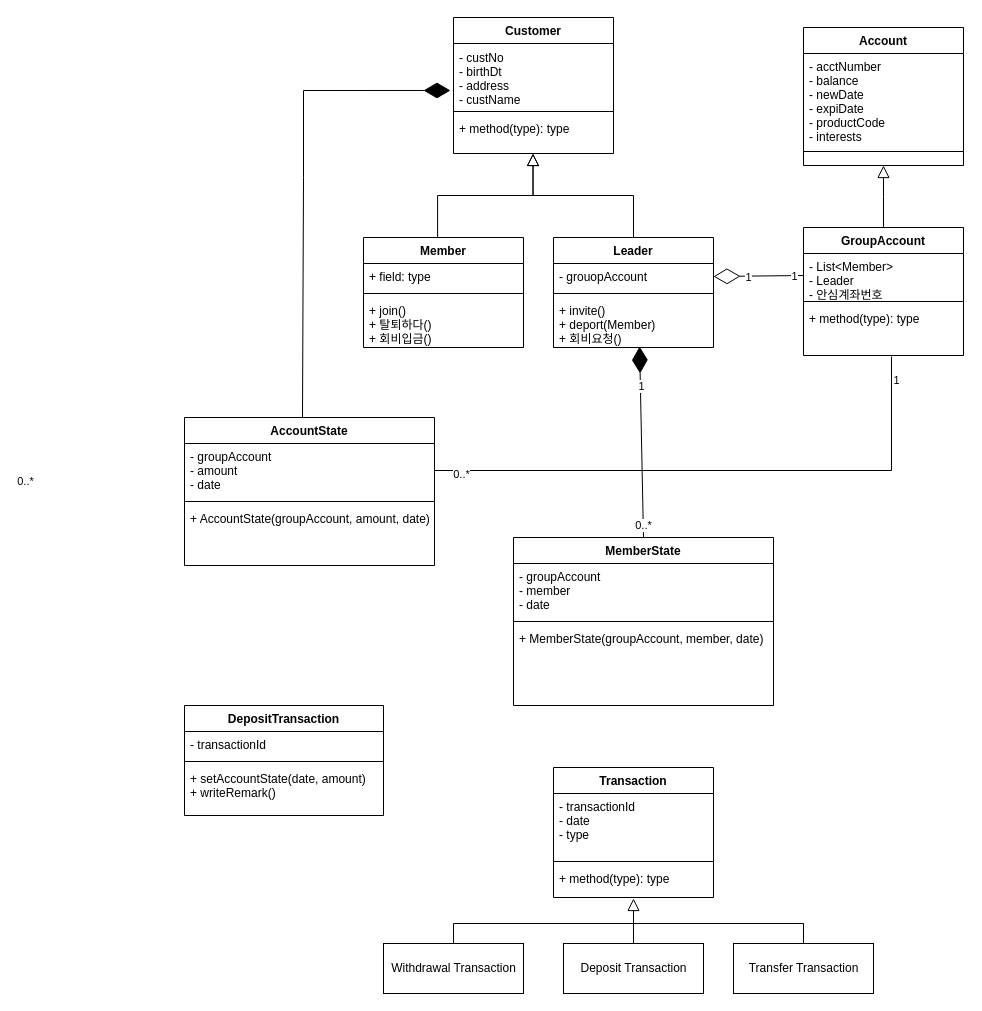
Above: Class Diagram.drawio in h22j2n/BeakJoon (draw.io), before the change. Source tidied: cells renumbered, new cells numbered last; positions are measured from the earlier drawing's top-left corner, leaving out a move shared by most shapes. Both pictures are drawn from the tidied source at 100%, with x=0, y=0 at pixel (184, 17).
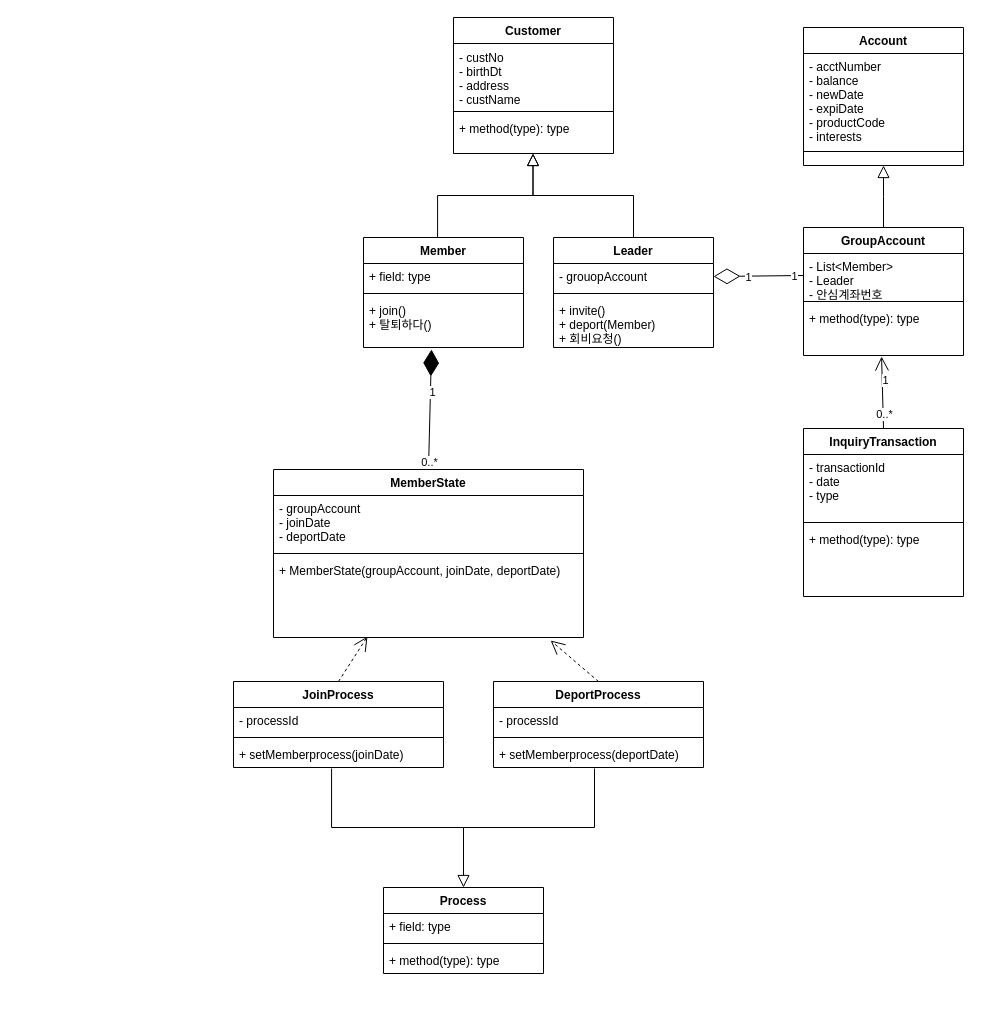
The same page after the edit.

Unchanged cells that the change refers to:
```xml
<mxCell id="9" value="+ method(type): type" style="text;strokeColor=none;fillColor=none;align=left;verticalAlign=top;spacingLeft=4;spacingRight=4;overflow=hidden;points=[[0,0.5],[1,0.5]];portConstraint=eastwest;" parent="6" vertex="1">
  <mxGeometry y="78" width="160" height="50" as="geometry" />
</mxCell>
<mxCell id="11" value="- custNo&#10;- birthDt&#10;- address&#10;- custName" style="text;strokeColor=none;fillColor=none;align=left;verticalAlign=top;spacingLeft=4;spacingRight=4;overflow=hidden;points=[[0,0.5],[1,0.5]];portConstraint=eastwest;spacingTop=1;spacingBottom=1;" parent="10" vertex="1">
  <mxGeometry y="26" width="160" height="64" as="geometry" />
</mxCell>
<mxCell id="14" value="Member" style="swimlane;fontStyle=1;align=center;verticalAlign=top;horizontal=1;startSize=26;" parent="1" vertex="1">
  <mxGeometry x="179" y="220" width="160" height="110" as="geometry" />
</mxCell>
<mxCell id="21" value="+ invite()&#10;+ deport(Member)&#10;+ 회비요청()&#10;" style="text;strokeColor=none;fillColor=none;align=left;verticalAlign=top;spacingLeft=4;spacingRight=4;overflow=hidden;points=[[0,0.5],[1,0.5]];portConstraint=eastwest;" parent="18" vertex="1">
  <mxGeometry y="60" width="160" height="50" as="geometry" />
</mxCell>
```

The edit, as a diff of the source:
```diff
@@
-    <mxCell id="17" value="+ join()&#10;+ 탈퇴하다()&#10;+ 회비입금()" style="text;strokeColor=none;fillColor=none;align=left;verticalAlign=top;spacingLeft=4;spacingRight=4;overflow=hidden;points=[[0,0.5],[1,0.5]];portConstraint=eastwest;" parent="14" vertex="1">
+    <mxCell id="17" value="+ join()&#10;+ 탈퇴하다()" style="text;strokeColor=none;fillColor=none;align=left;verticalAlign=top;spacingLeft=4;spacingRight=4;overflow=hidden;points=[[0,0.5],[1,0.5]];portConstraint=eastwest;" parent="14" vertex="1">
       <mxGeometry y="60" width="160" height="50" as="geometry" />
     </mxCell>
@@
-    <mxCell id="24" value="Transaction" style="swimlane;fontStyle=1;align=center;verticalAlign=top;horizontal=1;startSize=26;" parent="1" vertex="1">
-      <mxGeometry x="369" y="750" width="160" height="130" as="geometry" />
-    </mxCell>
-    <mxCell id="25" value="- transactionId&#10;- date&#10;- type" style="text;strokeColor=none;fillColor=none;align=left;verticalAlign=top;spacingLeft=4;spacingRight=4;overflow=hidden;" parent="24" vertex="1">
-      <mxGeometry y="26" width="160" height="64" as="geometry" />
-    </mxCell>
-    <mxCell id="26" style="line;strokeWidth=1;fillColor=none;align=left;verticalAlign=middle;spacingTop=-1;spacingLeft=3;spacingRight=3;labelPosition=right;" parent="24" vertex="1">
-      <mxGeometry y="90" width="160" height="8" as="geometry" />
-    </mxCell>
-    <mxCell id="27" value="+ method(type): type" style="text;strokeColor=none;fillColor=none;align=left;verticalAlign=top;spacingLeft=4;spacingRight=4;overflow=hidden;points=[[0,0.5],[1,0.5]];portConstraint=eastwest;" parent="24" vertex="1">
-      <mxGeometry y="98" width="160" height="32" as="geometry" />
-    </mxCell>
-    <mxCell id="28" value="Withdrawal Transaction" style="html=1;" parent="1" vertex="1">
-      <mxGeometry x="199" y="926" width="140" height="50" as="geometry" />
-    </mxCell>
-    <mxCell id="29" value="Deposit Transaction" style="html=1;" parent="1" vertex="1">
-      <mxGeometry x="379" y="926" width="140" height="50" as="geometry" />
-    </mxCell>
-    <mxCell id="30" value="Transfer Transaction" style="html=1;" parent="1" vertex="1">
-      <mxGeometry x="549" y="926" width="140" height="50" as="geometry" />
-    </mxCell>
-    <mxCell id="31" style="endArrow=block;endSize=10;endFill=0;shadow=0;strokeWidth=1;rounded=0;edgeStyle=elbowEdgeStyle;elbow=vertical;exitX=0.5;exitY=0;exitDx=0;exitDy=0;entryX=0.5;entryY=1.031;entryDx=0;entryDy=0;entryPerimeter=0;" parent="1" edge="1" source="28" target="27">
-      <mxGeometry relative="1" as="geometry">
-        <Array as="points">
-          <mxPoint x="359" y="906" />
-        </Array>
-      </mxGeometry>
-    </mxCell>
-    <mxCell id="32" style="endArrow=none;html=1;exitX=0.5;exitY=0;exitDx=0;exitDy=0;" parent="1" edge="1" source="29">
-      <mxGeometry relative="1" as="geometry">
-        <mxPoint x="449" y="896" as="targetPoint" />
-      </mxGeometry>
-    </mxCell>
-    <mxCell id="33" style="endArrow=none;html=1;exitX=0.5;exitY=0;exitDx=0;exitDy=0;rounded=0;" parent="1" edge="1" source="30">
-      <mxGeometry relative="1" as="geometry">
-        <mxPoint x="449" y="906" as="targetPoint" />
-        <Array as="points">
-          <mxPoint x="619" y="906" />
-        </Array>
-      </mxGeometry>
-    </mxCell>
-    <mxCell id="34" value="AccountState" style="swimlane;fontStyle=1;align=center;verticalAlign=top;horizontal=1;startSize=26;" parent="1" vertex="1">
-      <mxGeometry y="400" width="250" height="148" as="geometry" />
-    </mxCell>
-    <mxCell id="35" value="- groupAccount&#10;- amount&#10;- date" style="text;strokeColor=none;fillColor=none;align=left;verticalAlign=top;spacingLeft=4;spacingRight=4;overflow=hidden;points=[[0,0.5],[1,0.5]];portConstraint=eastwest;" parent="34" vertex="1">
-      <mxGeometry y="26" width="250" height="54" as="geometry" />
-    </mxCell>
-    <mxCell id="36" style="line;strokeWidth=1;fillColor=none;align=left;verticalAlign=middle;spacingTop=-1;spacingLeft=3;spacingRight=3;labelPosition=right;" parent="34" vertex="1">
-      <mxGeometry y="80" width="250" height="8" as="geometry" />
-    </mxCell>
-    <mxCell id="37" value="+ AccountState(groupAccount, amount, date)" style="text;strokeColor=none;fillColor=none;align=left;verticalAlign=top;spacingLeft=4;spacingRight=4;overflow=hidden;" parent="34" vertex="1">
-      <mxGeometry y="88" width="250" height="60" as="geometry" />
-    </mxCell>
-    <mxCell id="38" style="endArrow=diamondThin;endFill=1;endSize=24;html=1;entryX=-0.019;entryY=0.734;entryDx=0;entryDy=0;entryPerimeter=0;rounded=0;exitX=0.472;exitY=0;exitDx=0;exitDy=0;exitPerimeter=0;" parent="1" edge="1" source="34" target="11">
-      <mxGeometry relative="1" as="geometry">
-        <Array as="points">
-          <mxPoint x="119" y="160" />
-          <mxPoint x="119" y="73" />
-        </Array>
-      </mxGeometry>
-    </mxCell>
-    <mxCell id="39" value="0..*" style="edgeLabel;html=1;align=center;verticalAlign=middle;" parent="38" vertex="1">
-      <mxGeometry x="-0.97" y="-1" relative="1" as="geometry">
-        <mxPoint x="-279" y="70" as="offset" />
-      </mxGeometry>
-    </mxCell>
@@
-    <mxCell id="43" style="endArrow=none;html=1;entryX=0.55;entryY=1.02;entryDx=0;entryDy=0;entryPerimeter=0;exitX=1;exitY=0.5;exitDx=0;exitDy=0;rounded=0;" parent="1" edge="1" source="35" target="9">
-      <mxGeometry relative="1" as="geometry">
-        <Array as="points">
-          <mxPoint x="707" y="453" />
-        </Array>
-      </mxGeometry>
-    </mxCell>
-    <mxCell id="44" value="0..*" style="edgeLabel;html=1;align=center;verticalAlign=middle;" parent="43" vertex="1">
-      <mxGeometry x="-0.91" y="-3" relative="1" as="geometry" />
-    </mxCell>
-    <mxCell id="45" value="1" style="edgeLabel;html=1;align=center;verticalAlign=middle;" parent="43" vertex="1">
-      <mxGeometry x="0.92" y="-4" relative="1" as="geometry" />
-    </mxCell>
     <mxCell id="46" value="MemberState" style="swimlane;fontStyle=1;align=center;verticalAlign=top;horizontal=1;startSize=26;" parent="1" vertex="1">
-      <mxGeometry x="329" y="520" width="260" height="168" as="geometry" />
+      <mxGeometry x="89" y="452" width="310" height="168" as="geometry" />
     </mxCell>
-    <mxCell id="47" value="- groupAccount&#10;- member&#10;- date" style="text;strokeColor=none;fillColor=none;align=left;verticalAlign=top;spacingLeft=4;spacingRight=4;overflow=hidden;" parent="46" vertex="1">
-      <mxGeometry y="26" width="260" height="54" as="geometry" />
+    <mxCell id="47" value="- groupAccount&#10;- joinDate&#10;- deportDate" style="text;strokeColor=none;fillColor=none;align=left;verticalAlign=top;spacingLeft=4;spacingRight=4;overflow=hidden;" parent="46" vertex="1">
+      <mxGeometry y="26" width="310" height="54" as="geometry" />
     </mxCell>
     <mxCell id="48" style="line;strokeWidth=1;fillColor=none;align=left;verticalAlign=middle;spacingTop=-1;spacingLeft=3;spacingRight=3;labelPosition=right;" parent="46" vertex="1">
-      <mxGeometry y="80" width="260" height="8" as="geometry" />
+      <mxGeometry y="80" width="310" height="8" as="geometry" />
     </mxCell>
-    <mxCell id="49" value="+ MemberState(groupAccount, member, date)" style="text;strokeColor=none;fillColor=none;align=left;verticalAlign=top;spacingLeft=4;spacingRight=4;overflow=hidden;points=[[0,0.5],[1,0.5]];portConstraint=eastwest;" parent="46" vertex="1">
-      <mxGeometry y="88" width="260" height="80" as="geometry" />
+    <mxCell id="49" value="+ MemberState(groupAccount, joinDate, deportDate)" style="text;strokeColor=none;fillColor=none;align=left;verticalAlign=top;spacingLeft=4;spacingRight=4;overflow=hidden;points=[[0,0.5],[1,0.5]];portConstraint=eastwest;" parent="46" vertex="1">
+      <mxGeometry y="88" width="310" height="80" as="geometry" />
     </mxCell>
-    <mxCell id="50" style="endArrow=diamondThin;endFill=1;endSize=24;html=1;exitX=0.5;exitY=0;exitDx=0;exitDy=0;entryX=0.538;entryY=0.98;entryDx=0;entryDy=0;entryPerimeter=0;" parent="1" edge="1" source="46" target="21">
+    <mxCell id="50" style="endArrow=diamondThin;endFill=1;endSize=24;html=1;exitX=0.5;exitY=0;exitDx=0;exitDy=0;entryX=0.425;entryY=1.04;entryDx=0;entryDy=0;entryPerimeter=0;" parent="1" edge="1" source="46" target="17">
       <mxGeometry relative="1" as="geometry" />
     </mxCell>
-    <mxCell id="51" value="1" style="edgeLabel;html=1;align=center;verticalAlign=middle;" parent="50" vertex="1">
-      <mxGeometry x="0.59" y="-1" relative="1" as="geometry" />
-    </mxCell>
@@
-    <mxCell id="53" value="DepositTransaction" style="swimlane;fontStyle=1;align=center;verticalAlign=top;horizontal=1;startSize=26;" parent="1" vertex="1">
-      <mxGeometry y="688" width="199" height="110" as="geometry" />
-    </mxCell>
-    <mxCell id="54" value="- transactionId" style="text;strokeColor=none;fillColor=none;align=left;verticalAlign=top;spacingLeft=4;spacingRight=4;overflow=hidden;" parent="53" vertex="1">
-      <mxGeometry y="26" width="199" height="26" as="geometry" />
-    </mxCell>
-    <mxCell id="55" style="line;strokeWidth=1;fillColor=none;align=left;verticalAlign=middle;spacingTop=-1;spacingLeft=3;spacingRight=3;labelPosition=right;" parent="53" vertex="1">
-      <mxGeometry y="52" width="199" height="8" as="geometry" />
-    </mxCell>
-    <mxCell id="56" value="+ setAccountState(date, amount)&#10;+ writeRemark()" style="text;strokeColor=none;fillColor=none;align=left;verticalAlign=top;spacingLeft=4;spacingRight=4;overflow=hidden;" parent="53" vertex="1">
-      <mxGeometry y="60" width="199" height="50" as="geometry" />
-    </mxCell>
+    <mxCell id="57" value="1" style="edgeLabel;html=1;align=center;verticalAlign=middle;" parent="50" vertex="1">
+      <mxGeometry x="0.3" y="-2" relative="1" as="geometry" />
+    </mxCell>
+    <mxCell id="58" value="JoinProcess" style="swimlane;fontStyle=1;align=center;verticalAlign=top;horizontal=1;startSize=26;" parent="1" vertex="1">
+      <mxGeometry x="49" y="664" width="210" height="86" as="geometry" />
+    </mxCell>
+    <mxCell id="59" value="- processId" style="text;strokeColor=none;fillColor=none;align=left;verticalAlign=top;spacingLeft=4;spacingRight=4;overflow=hidden;" parent="58" vertex="1">
+      <mxGeometry y="26" width="210" height="26" as="geometry" />
+    </mxCell>
+    <mxCell id="60" style="line;strokeWidth=1;fillColor=none;align=left;verticalAlign=middle;spacingTop=-1;spacingLeft=3;spacingRight=3;labelPosition=right;" parent="58" vertex="1">
+      <mxGeometry y="52" width="210" height="8" as="geometry" />
+    </mxCell>
+    <mxCell id="61" value="+ setMemberprocess(joinDate)" style="text;strokeColor=none;fillColor=none;align=left;verticalAlign=top;spacingLeft=4;spacingRight=4;overflow=hidden;points=[[0,0.5],[1,0.5]];portConstraint=eastwest;" parent="58" vertex="1">
+      <mxGeometry y="60" width="210" height="26" as="geometry" />
+    </mxCell>
+    <mxCell id="62" value="DeportProcess" style="swimlane;fontStyle=1;align=center;verticalAlign=top;horizontal=1;startSize=26;" parent="1" vertex="1">
+      <mxGeometry x="309" y="664" width="210" height="86" as="geometry" />
+    </mxCell>
+    <mxCell id="63" value="- processId" style="text;strokeColor=none;fillColor=none;align=left;verticalAlign=top;spacingLeft=4;spacingRight=4;overflow=hidden;" parent="62" vertex="1">
+      <mxGeometry y="26" width="210" height="26" as="geometry" />
+    </mxCell>
+    <mxCell id="64" style="line;strokeWidth=1;fillColor=none;align=left;verticalAlign=middle;spacingTop=-1;spacingLeft=3;spacingRight=3;labelPosition=right;" parent="62" vertex="1">
+      <mxGeometry y="52" width="210" height="8" as="geometry" />
+    </mxCell>
+    <mxCell id="65" value="+ setMemberprocess(deportDate)" style="text;strokeColor=none;fillColor=none;align=left;verticalAlign=top;spacingLeft=4;spacingRight=4;overflow=hidden;points=[[0,0.5],[1,0.5]];portConstraint=eastwest;" parent="62" vertex="1">
+      <mxGeometry y="60" width="210" height="26" as="geometry" />
+    </mxCell>
+    <mxCell id="66" value="Process" style="swimlane;fontStyle=1;align=center;verticalAlign=top;horizontal=1;startSize=26;" parent="1" vertex="1">
+      <mxGeometry x="199" y="870" width="160" height="86" as="geometry" />
+    </mxCell>
+    <mxCell id="67" value="+ field: type" style="text;strokeColor=none;fillColor=none;align=left;verticalAlign=top;spacingLeft=4;spacingRight=4;overflow=hidden;" parent="66" vertex="1">
+      <mxGeometry y="26" width="160" height="26" as="geometry" />
+    </mxCell>
+    <mxCell id="68" style="line;strokeWidth=1;fillColor=none;align=left;verticalAlign=middle;spacingTop=-1;spacingLeft=3;spacingRight=3;labelPosition=right;" parent="66" vertex="1">
+      <mxGeometry y="52" width="160" height="8" as="geometry" />
+    </mxCell>
+    <mxCell id="69" value="+ method(type): type" style="text;strokeColor=none;fillColor=none;align=left;verticalAlign=top;spacingLeft=4;spacingRight=4;overflow=hidden;" parent="66" vertex="1">
+      <mxGeometry y="60" width="160" height="26" as="geometry" />
+    </mxCell>
+    <mxCell id="70" style="endArrow=open;endSize=12;dashed=1;html=1;entryX=0.303;entryY=0.988;entryDx=0;entryDy=0;entryPerimeter=0;exitX=0.5;exitY=0;exitDx=0;exitDy=0;" parent="1" edge="1" source="58" target="49">
+      <mxGeometry relative="1" as="geometry" />
+    </mxCell>
+    <mxCell id="71" style="endArrow=open;endSize=12;dashed=1;html=1;exitX=0.5;exitY=0;exitDx=0;exitDy=0;entryX=0.894;entryY=1.038;entryDx=0;entryDy=0;entryPerimeter=0;" parent="1" edge="1" source="62" target="49">
+      <mxGeometry relative="1" as="geometry" />
+    </mxCell>
+    <mxCell id="72" style="endArrow=block;endSize=10;endFill=0;shadow=0;strokeWidth=1;rounded=0;edgeStyle=elbowEdgeStyle;elbow=vertical;exitX=0.467;exitY=1.038;exitDx=0;exitDy=0;entryX=0.5;entryY=0;entryDx=0;entryDy=0;exitPerimeter=0;" parent="1" edge="1" source="61" target="66">
+      <mxGeometry relative="1" as="geometry" />
+    </mxCell>
+    <mxCell id="73" style="endArrow=none;html=1;entryX=0.481;entryY=1.038;entryDx=0;entryDy=0;entryPerimeter=0;rounded=0;" parent="1" edge="1" target="65">
+      <mxGeometry relative="1" as="geometry">
+        <mxPoint x="279" y="810" as="sourcePoint" />
+        <Array as="points">
+          <mxPoint x="410" y="810" />
+        </Array>
+      </mxGeometry>
+    </mxCell>
+    <mxCell id="74" value="InquiryTransaction" style="swimlane;fontStyle=1;align=center;verticalAlign=top;horizontal=1;startSize=26;" parent="1" vertex="1">
+      <mxGeometry x="619" y="411" width="160" height="168" as="geometry" />
+    </mxCell>
+    <mxCell id="25" value="- transactionId&#10;- date&#10;- type" style="text;strokeColor=none;fillColor=none;align=left;verticalAlign=top;spacingLeft=4;spacingRight=4;overflow=hidden;" parent="74" vertex="1">
+      <mxGeometry y="26" width="160" height="64" as="geometry" />
+    </mxCell>
+    <mxCell id="26" style="line;strokeWidth=1;fillColor=none;align=left;verticalAlign=middle;spacingTop=-1;spacingLeft=3;spacingRight=3;labelPosition=right;" parent="74" vertex="1">
+      <mxGeometry y="90" width="160" height="8" as="geometry" />
+    </mxCell>
+    <mxCell id="75" value="+ method(type): type" style="text;strokeColor=none;fillColor=none;align=left;verticalAlign=top;spacingLeft=4;spacingRight=4;overflow=hidden;" parent="74" vertex="1">
+      <mxGeometry y="98" width="160" height="70" as="geometry" />
+    </mxCell>
+    <mxCell id="76" style="endArrow=open;endFill=1;endSize=12;html=1;exitX=0.5;exitY=0;exitDx=0;exitDy=0;entryX=0.488;entryY=1.02;entryDx=0;entryDy=0;entryPerimeter=0;" parent="1" edge="1" source="74" target="9">
+      <mxGeometry relative="1" as="geometry" />
+    </mxCell>
+    <mxCell id="77" value="1" style="edgeLabel;html=1;align=center;verticalAlign=middle;" parent="76" vertex="1">
+      <mxGeometry x="0.33" y="-3" relative="1" as="geometry" />
+    </mxCell>
+    <mxCell id="78" value="0..*" style="edgeLabel;html=1;align=center;verticalAlign=middle;" parent="76" vertex="1">
+      <mxGeometry x="-0.61" y="-1" relative="1" as="geometry" />
+    </mxCell>
```
